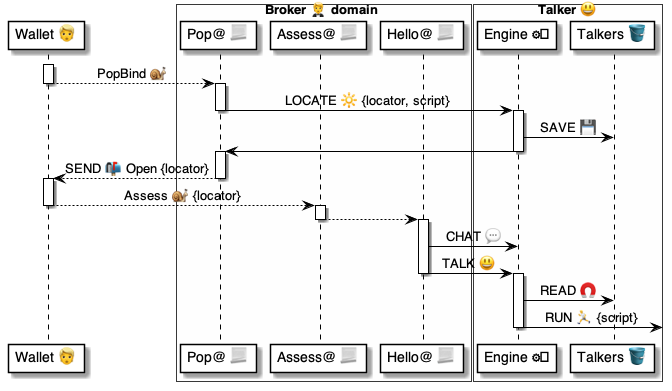
pollyweb-org/pollyweb-docs keeps this PlantUML diagram as 4 ⚙️ Solution/20 🧑‍🦰 UI/Brokers 🤵/🤵🅰️ Broker methods/Wallets 🧑‍🦰 Pop 🧑‍🦰🐌🤵/🤵 Pop ⚙️ uml.png. Above is the earlier version. Its source is kept beside it as 4 ⚙️ Solution/20 🧑‍🦰 UI/Brokers 🤵/🤵🅰️ Broker methods/Wallets 🧑‍🦰 Pop 🧑‍🦰🐌🤵/🤵 Pop ⚙️ uml.puml. Source of this version:
```plantuml
@startuml Pop@Broker

participant "Wallet 👱" as wallet

box Broker 🤵 domain #FFFFFA
    participant "Pop@ 📃" as pop
    participant "Assess@ 📃" as assess
    participant "Hello@ 📃" as introduced
end box

box "Talker 😃" #FFFFFA
    participant "Engine ⚙️" as engine
    participant "Talkers 🪣" as talkers
end box


activate wallet
    wallet --> pop: PopBind 🐌
deactivate wallet

activate pop
    pop -> engine: LOCATE 🔆 {locator, script}
deactivate pop

activate engine
    engine -> talkers: SAVE 💾
    engine -> pop:
deactivate engine

activate pop
    pop --> wallet: SEND 📬 Open {locator}
deactivate pop

activate wallet
    wallet --> assess: Assess 🐌 {locator}
deactivate wallet

activate assess
    assess --> introduced:
deactivate assess

activate introduced
    introduced -> engine: CHAT 💬
    introduced -> engine: TALK 😃
deactivate introduced

activate engine
    engine -> talkers: READ 🧲
    engine -> : RUN 🏃 {script}
deactivate engine

@enduml
```
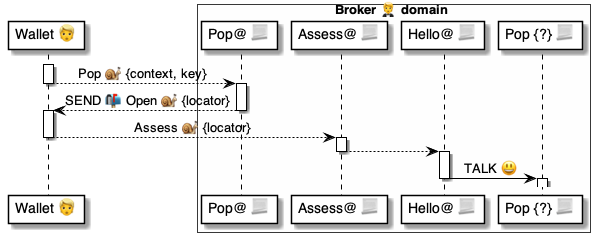
After the change.

What changed in the source:
```diff
@@ -6,29 +6,19 @@
     participant "Pop@ 📃" as pop
     participant "Assess@ 📃" as assess
     participant "Hello@ 📃" as introduced
-end box
-
-box "Talker 😃" #FFFFFA
-    participant "Engine ⚙️" as engine
-    participant "Talkers 🪣" as talkers
+    participant "Pop {?} 📃" as popX
 end box
 
 
+
 activate wallet
-    wallet --> pop: PopBind 🐌
+    wallet --> pop: Pop 🐌 {context, key}
 deactivate wallet
 
-activate pop
-    pop -> engine: LOCATE 🔆 {locator, script}
-deactivate pop
 
-activate engine
-    engine -> talkers: SAVE 💾
-    engine -> pop:
-deactivate engine
 
 activate pop
-    pop --> wallet: SEND 📬 Open {locator}
+    pop --> wallet: SEND 📬 Open 🐌 {locator}
 deactivate pop
 
 activate wallet
@@ -40,13 +30,11 @@
 deactivate assess
 
 activate introduced
-    introduced -> engine: CHAT 💬
-    introduced -> engine: TALK 😃
+    introduced -> popX: TALK 😃
 deactivate introduced
 
-activate engine
-    engine -> talkers: READ 🧲
-    engine -> : RUN 🏃 {script}
-deactivate engine
+activate popX
+deactivate popX
+
 
 @enduml
```
